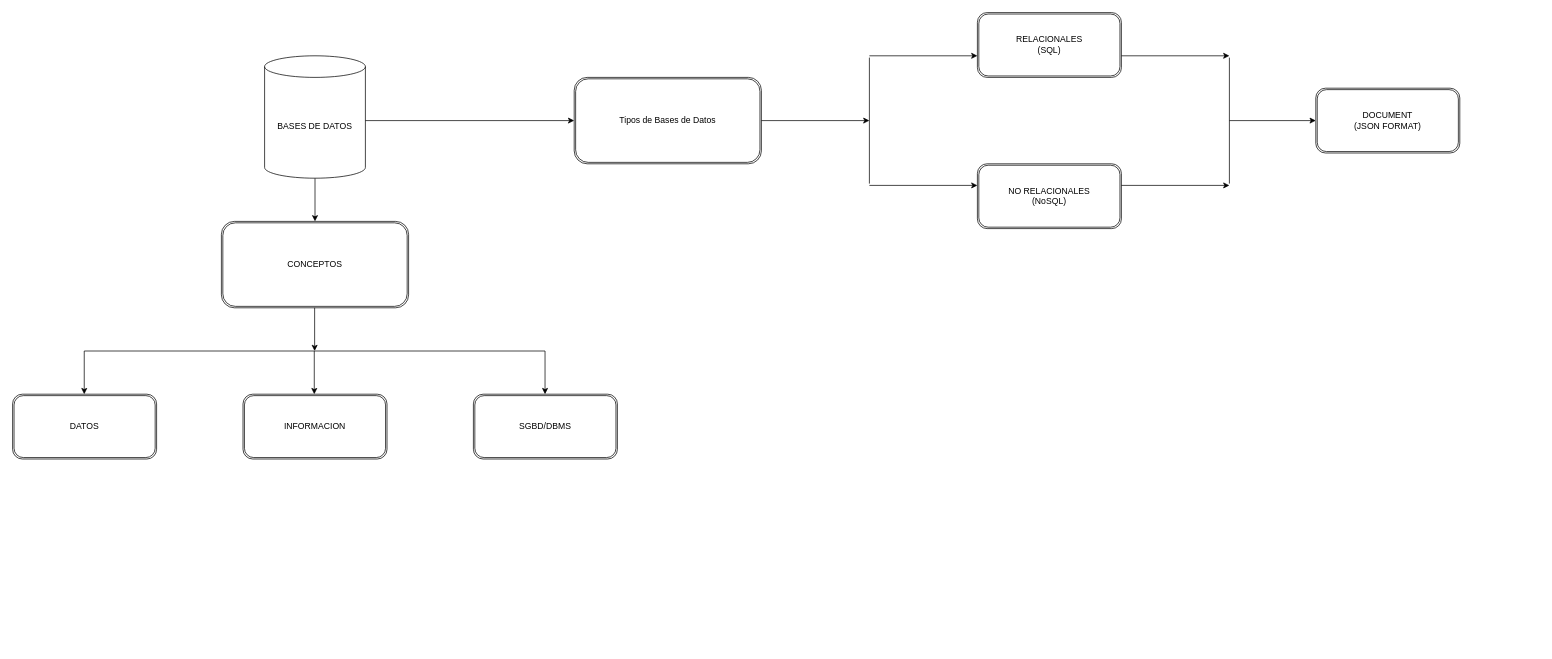
Above: diagram.drawio in borisiriarte/bases-de-datos (draw.io), before the change. Source tidied: cells renumbered, new cells numbered last; positions are measured from the earlier drawing's top-left corner, leaving out a move shared by most shapes. Both pictures are drawn from the tidied source at 72%, with x=0, y=0 at pixel (12, 12).
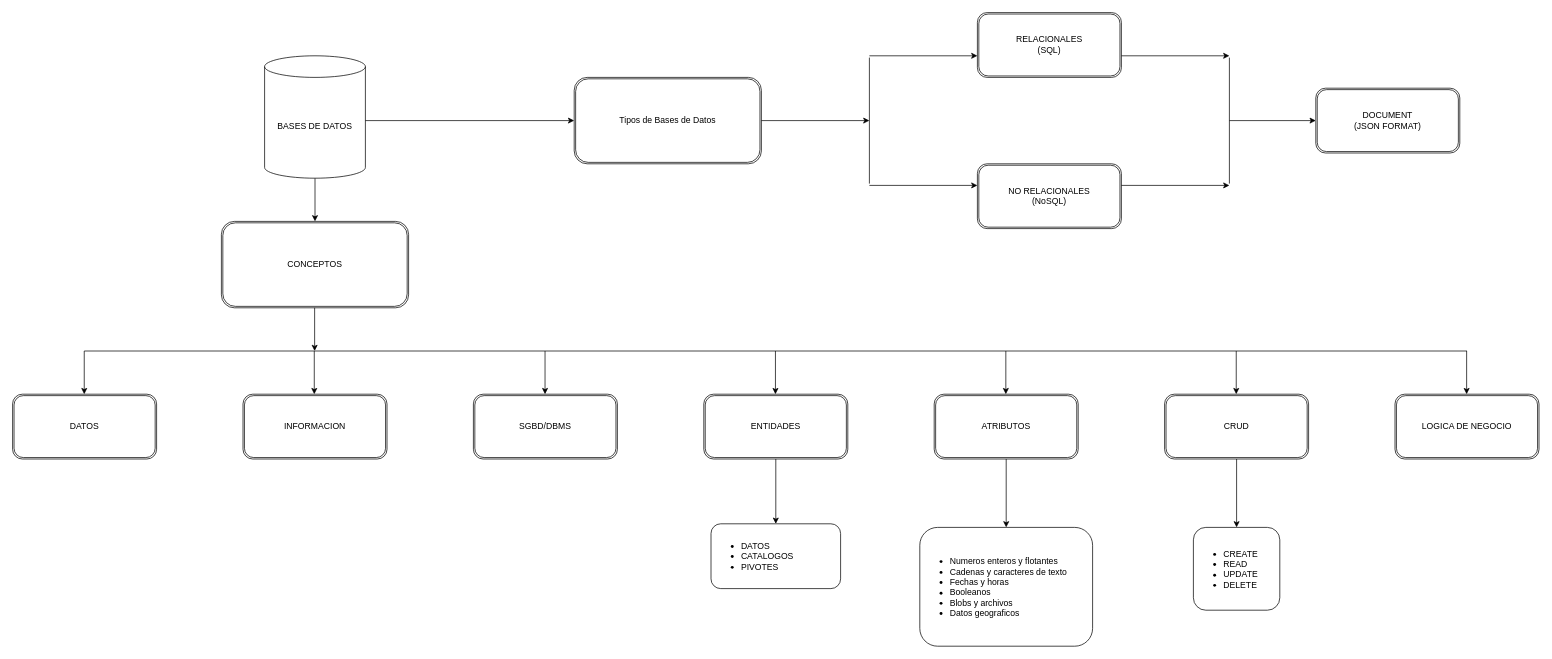
Above is the later version.

Change to the diagram source:
```diff
@@
     <mxCell id="4" style="endArrow=none;html=1;" parent="1" edge="1">
       <mxGeometry relative="1" as="geometry">
         <mxPoint x="99.5" y="470" as="sourcePoint" />
-        <mxPoint x="739.5" y="470" as="targetPoint" />
+        <mxPoint x="2020" y="470" as="targetPoint" />
       </mxGeometry>
     </mxCell>
@@
+    <mxCell id="26" style="edgeStyle=none;html=1;" parent="1" edge="1" source="27" target="32">
+      <mxGeometry relative="1" as="geometry" />
+    </mxCell>
+    <mxCell id="27" value="ENTIDADES" style="shape=ext;double=1;rounded=1;whiteSpace=wrap;html=1;" parent="1" vertex="1">
+      <mxGeometry x="960" y="530" width="200" height="90" as="geometry" />
+    </mxCell>
+    <mxCell id="28" style="endArrow=classic;html=1;" parent="1" edge="1">
+      <mxGeometry relative="1" as="geometry">
+        <mxPoint x="1059.5" y="470" as="sourcePoint" />
+        <mxPoint x="1059.5" y="530" as="targetPoint" />
+      </mxGeometry>
+    </mxCell>
+    <mxCell id="29" style="edgeStyle=none;html=1;" parent="1" edge="1" source="30" target="33">
+      <mxGeometry relative="1" as="geometry" />
+    </mxCell>
+    <mxCell id="30" value="ATRIBUTOS" style="shape=ext;double=1;rounded=1;whiteSpace=wrap;html=1;" parent="1" vertex="1">
+      <mxGeometry x="1280" y="530" width="200" height="90" as="geometry" />
+    </mxCell>
+    <mxCell id="31" style="endArrow=classic;html=1;" parent="1" edge="1">
+      <mxGeometry relative="1" as="geometry">
+        <mxPoint x="1379.5" y="470" as="sourcePoint" />
+        <mxPoint x="1379.5" y="530" as="targetPoint" />
+      </mxGeometry>
+    </mxCell>
+    <mxCell id="32" value="&lt;ul&gt;&lt;li&gt;DATOS&lt;/li&gt;&lt;li&gt;CATALOGOS&lt;/li&gt;&lt;li&gt;PIVOTES&lt;/li&gt;&lt;/ul&gt;" style="whiteSpace=wrap;html=1;rounded=1;align=left;" parent="1" vertex="1">
+      <mxGeometry x="970" y="710" width="180" height="90" as="geometry" />
+    </mxCell>
+    <mxCell id="33" value="&lt;div style=&quot;&quot;&gt;&lt;ul&gt;&lt;li&gt;&lt;span style=&quot;background-color: initial;&quot;&gt;Numeros enteros y flotantes&lt;/span&gt;&lt;/li&gt;&lt;li style=&quot;&quot;&gt;&lt;span style=&quot;background-color: initial;&quot;&gt;Cadenas y caracteres de texto&lt;/span&gt;&lt;/li&gt;&lt;li style=&quot;&quot;&gt;&lt;span style=&quot;background-color: initial;&quot;&gt;Fechas y horas&lt;/span&gt;&lt;/li&gt;&lt;li style=&quot;&quot;&gt;&lt;span style=&quot;background-color: initial;&quot;&gt;Booleanos&lt;/span&gt;&lt;/li&gt;&lt;li style=&quot;&quot;&gt;&lt;span style=&quot;background-color: initial;&quot;&gt;Blobs y archivos&lt;/span&gt;&lt;/li&gt;&lt;li style=&quot;&quot;&gt;&lt;span style=&quot;background-color: initial;&quot;&gt;Datos geograficos&lt;/span&gt;&lt;/li&gt;&lt;/ul&gt;&lt;/div&gt;" style="whiteSpace=wrap;html=1;rounded=1;align=left;" parent="1" vertex="1">
+      <mxGeometry x="1260" y="715" width="240" height="165" as="geometry" />
+    </mxCell>
+    <mxCell id="34" style="edgeStyle=none;html=1;" parent="1" edge="1" source="35" target="37">
+      <mxGeometry relative="1" as="geometry" />
+    </mxCell>
+    <mxCell id="35" value="CRUD" style="shape=ext;double=1;rounded=1;whiteSpace=wrap;html=1;" parent="1" vertex="1">
+      <mxGeometry x="1600" y="530" width="200" height="90" as="geometry" />
+    </mxCell>
+    <mxCell id="36" style="endArrow=classic;html=1;" parent="1" edge="1">
+      <mxGeometry relative="1" as="geometry">
+        <mxPoint x="1699.5" y="470" as="sourcePoint" />
+        <mxPoint x="1699.5" y="530" as="targetPoint" />
+      </mxGeometry>
+    </mxCell>
+    <mxCell id="37" value="&lt;ul&gt;&lt;li&gt;CREATE&lt;/li&gt;&lt;li&gt;READ&lt;/li&gt;&lt;li&gt;UPDATE&lt;/li&gt;&lt;li&gt;DELETE&lt;/li&gt;&lt;/ul&gt;" style="whiteSpace=wrap;html=1;rounded=1;align=left;" parent="1" vertex="1">
+      <mxGeometry x="1640" y="715" width="120" height="115" as="geometry" />
+    </mxCell>
+    <mxCell id="38" value="LOGICA DE NEGOCIO" style="shape=ext;double=1;rounded=1;whiteSpace=wrap;html=1;" parent="1" vertex="1">
+      <mxGeometry x="1920" y="530" width="200" height="90" as="geometry" />
+    </mxCell>
+    <mxCell id="39" style="endArrow=classic;html=1;" parent="1" edge="1">
+      <mxGeometry relative="1" as="geometry">
+        <mxPoint x="2019.5" y="470" as="sourcePoint" />
+        <mxPoint x="2019.5" y="530" as="targetPoint" />
+      </mxGeometry>
+    </mxCell>
```
